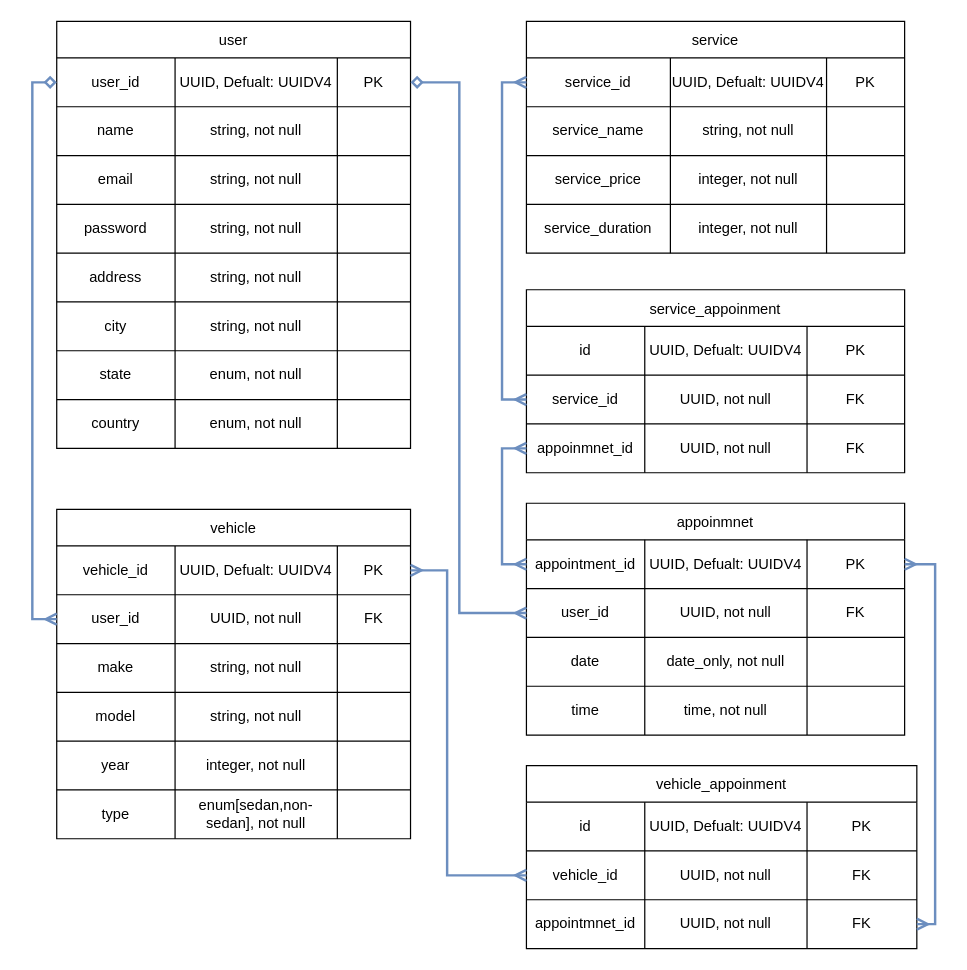
Above: db_realtionships.drawio in MgARL/washup_carwash (draw.io), before the change. Source tidied: cells renumbered, new cells numbered last; positions are measured from the earlier drawing's top-left corner, leaving out a move shared by most shapes. Both pictures are drawn from the tidied source at 122%, with x=0, y=0 at pixel (56, 21).
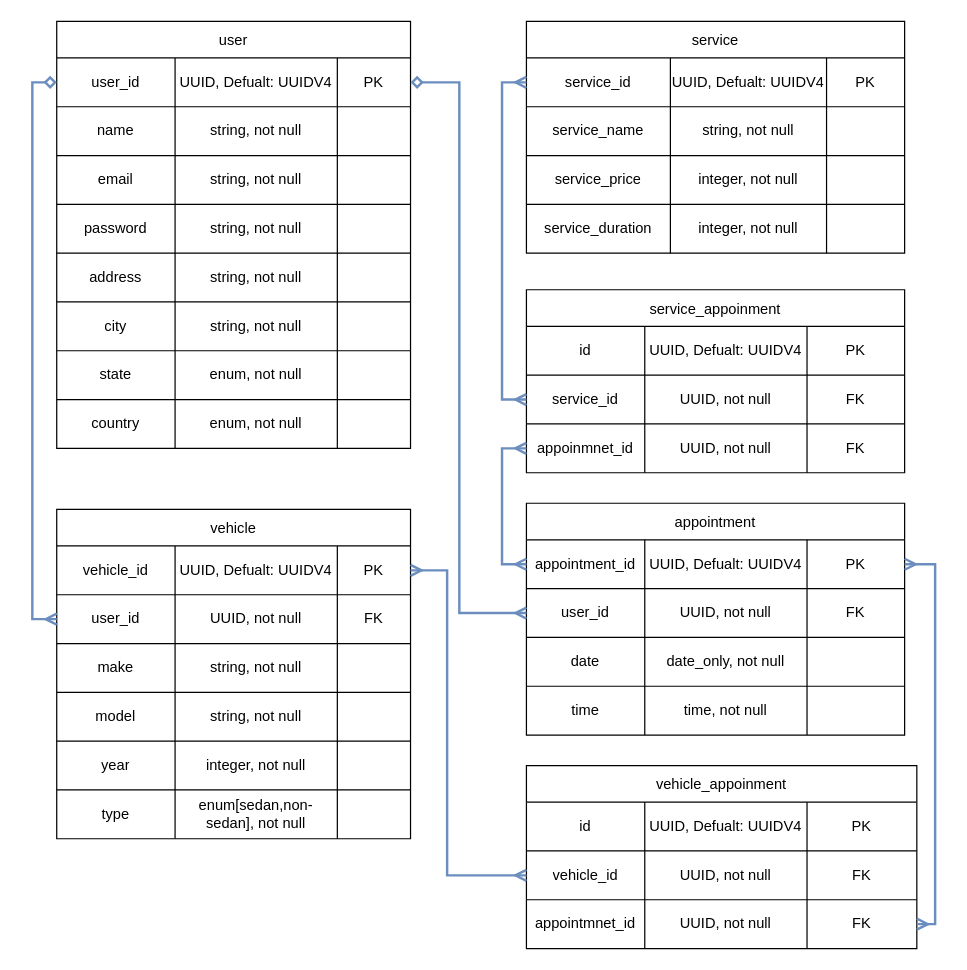
After the change.

The edit, as a diff of the source:
```diff
@@
-    <mxCell id="77" value="appoinmnet" style="shape=table;startSize=30;childLayout=tableLayout;" parent="1" vertex="1">
+    <mxCell id="77" value="appointment" style="shape=table;startSize=30;childLayout=tableLayout;" parent="1" vertex="1">
       <mxGeometry x="385" y="395" width="310" height="190" as="geometry" />
     </mxCell>
```
